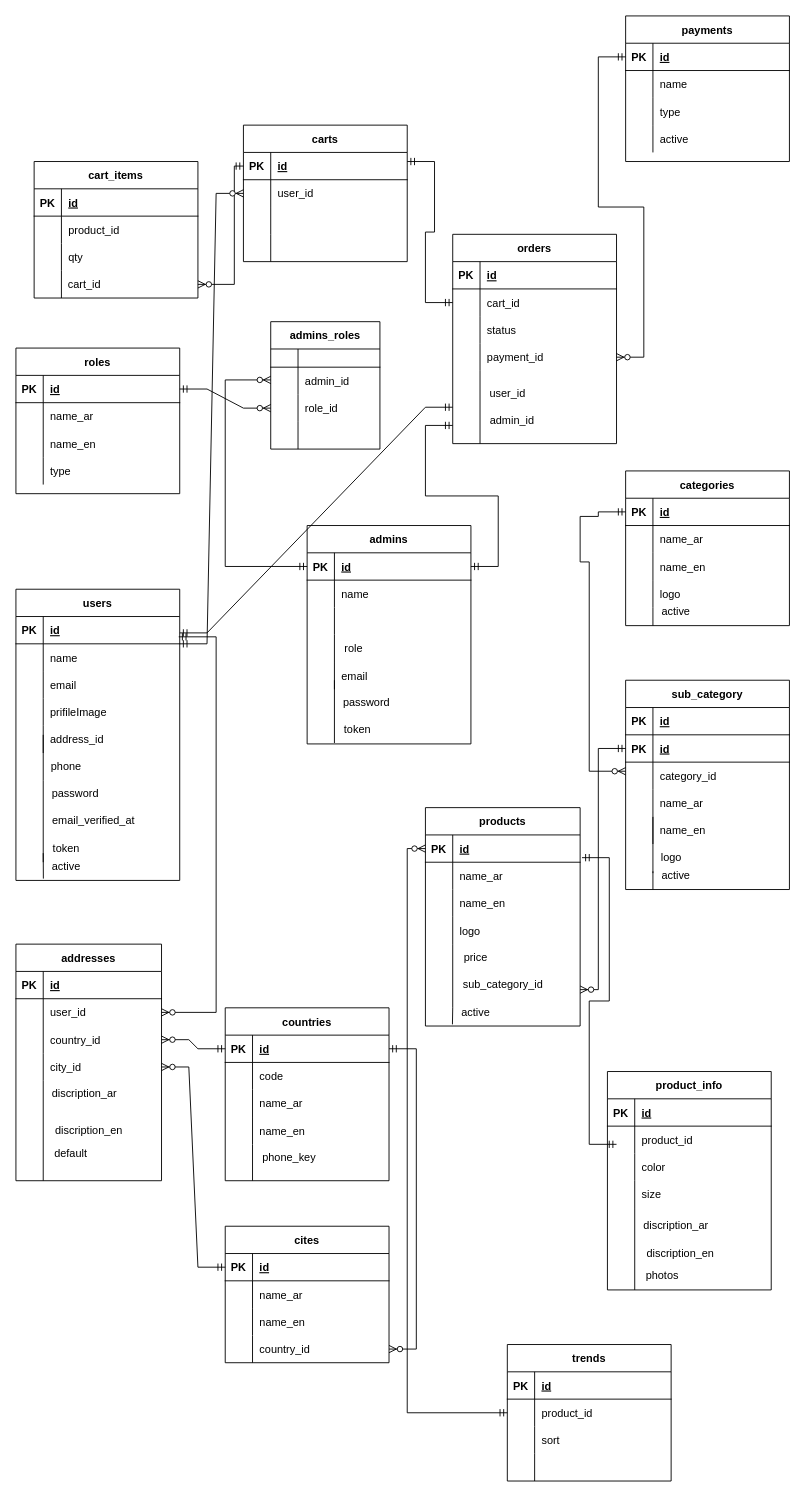
Above: blackpearl.drawio in MohammedRasol/blackPearl (draw.io), before the change. Source tidied: cells renumbered, new cells numbered last; positions are measured from the earlier drawing's top-left corner, leaving out a move shared by most shapes. Both pictures are drawn from the tidied source at 91%, with x=0, y=0 at pixel (15, 15).
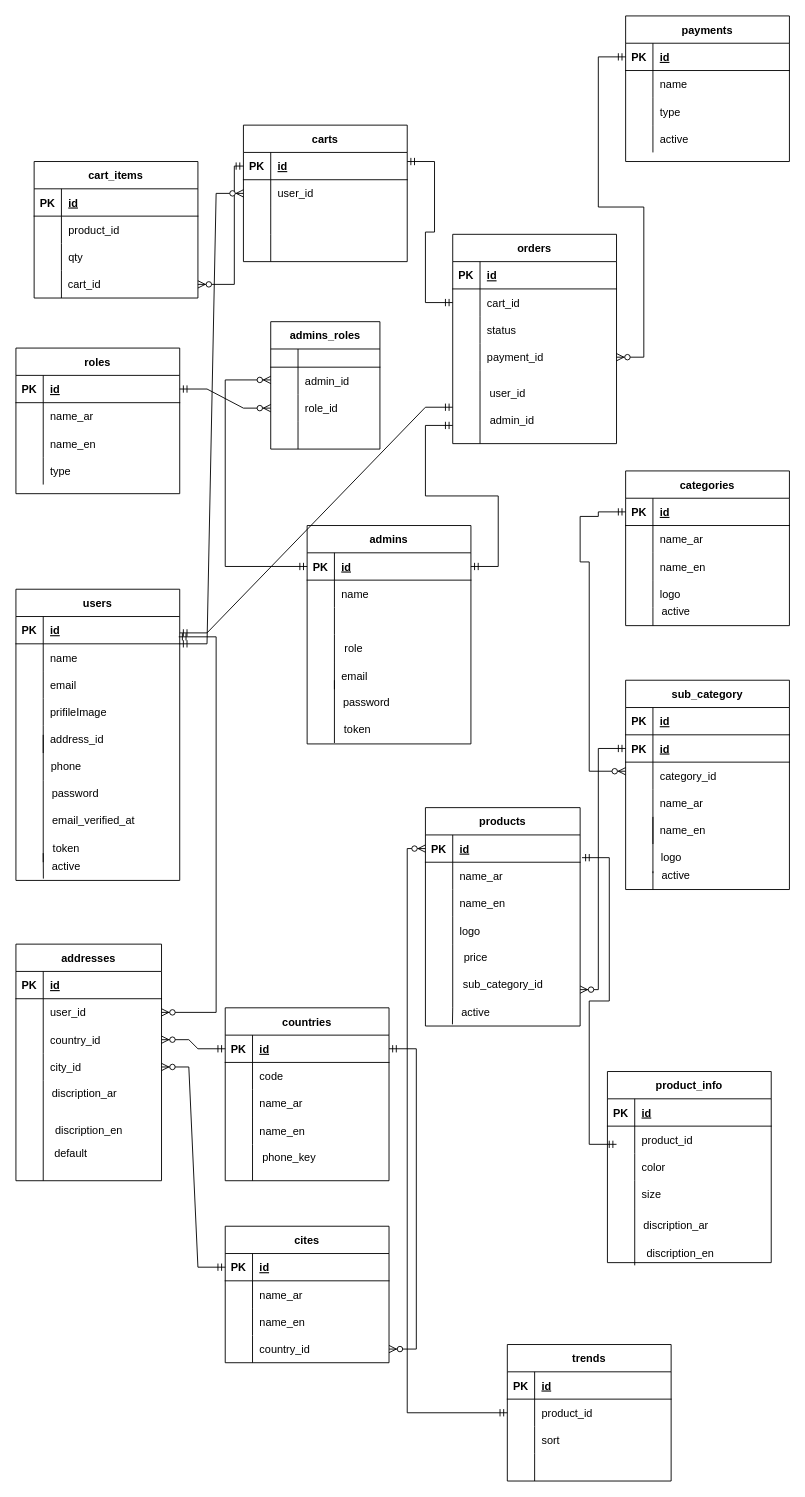
Above is the later version.

Unchanged cells that the change refers to:
```xml
<mxCell id="101" value="discription_en" style="text;html=1;align=center;verticalAlign=middle;points=[];strokeColor=none;fillColor=none;" parent="1" vertex="1">
  <mxGeometry x="680" y="1345" width="100" height="30" as="geometry" />
</mxCell>
```

Diff of the diagram source:
```diff
@@
     <mxCell id="86" value="product_info" style="shape=table;startSize=30;childLayout=tableLayout;rowLines=0;fontStyle=1;align=center;" parent="1" vertex="1">
-      <mxGeometry x="650" y="1160" width="180" height="240" as="geometry" />
+      <mxGeometry x="650" y="1160" width="180" height="210" as="geometry" />
     </mxCell>
@@
-    <mxCell id="99" style="endArrow=none;html=1;rounded=0;" parent="1" edge="1">
+    <mxCell id="99" style="endArrow=none;html=1;rounded=0;exitX=0;exitY=0.933;exitDx=0;exitDy=0;exitPerimeter=0;" parent="1" edge="1" source="101">
       <mxGeometry relative="1" as="geometry">
-        <mxPoint x="680" y="1400" as="sourcePoint" />
         <mxPoint x="680" y="1310" as="targetPoint" />
       </mxGeometry>
     </mxCell>
@@
-    <mxCell id="159" value="photos" style="text;html=1;align=center;verticalAlign=middle;strokeColor=none;fillColor=none;" parent="1" vertex="1">
-      <mxGeometry x="680" y="1370" width="60" height="30" as="geometry" />
-    </mxCell>
```
